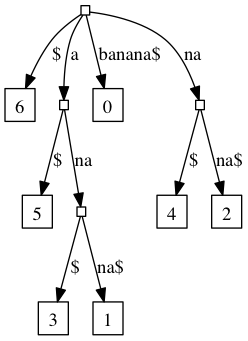
The Graphviz diagram graph.png in bgwines/suffix-tree, before a commit. Its source is kept beside it as graph.dot.
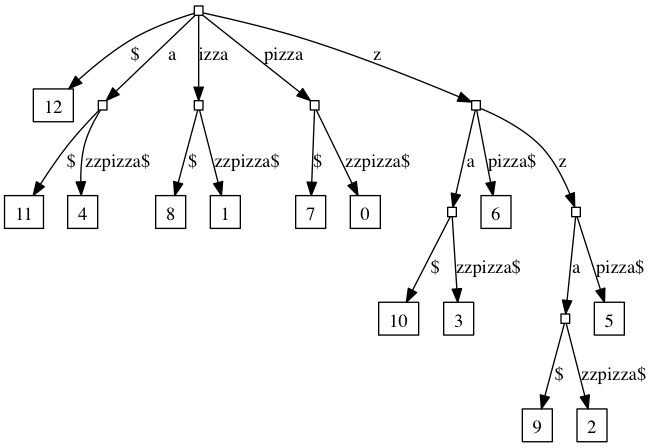
After the commit.

Diff of the diagram source:
```diff
@@ -5,24 +5,44 @@
          ,width=0.1
          ,height=0.1];
     0 [label=""];
-    1 [label=6];
+    1 [label=12];
     2 [label=""];
-    3 [label=5];
-    4 [label=""];
-    5 [label=3];
-    6 [label=1];
-    7 [label=0];
+    3 [label=11];
+    4 [label=4];
+    5 [label=""];
+    6 [label=8];
+    7 [label=1];
     8 [label=""];
-    9 [label=4];
-    10 [label=2];
-    0 -> 8 [label=na];
+    9 [label=7];
+    10 [label=0];
+    11 [label=""];
+    12 [label=""];
+    13 [label=10];
+    14 [label=3];
+    15 [label=6];
+    16 [label=""];
+    17 [label=""];
+    18 [label=9];
+    19 [label=2];
+    20 [label=5];
+    0 -> 11 [label=z];
+    0 -> 8 [label=pizza];
+    0 -> 5 [label=izza];
     0 -> 2 [label=a];
-    0 -> 7 [label="banana$"];
     0 -> 1 [label="$"];
-    2 -> 4 [label=na];
+    2 -> 4 [label="zzpizza$"];
     2 -> 3 [label="$"];
-    4 -> 6 [label="na$"];
-    4 -> 5 [label="$"];
-    8 -> 10 [label="na$"];
+    5 -> 7 [label="zzpizza$"];
+    5 -> 6 [label="$"];
+    8 -> 10 [label="zzpizza$"];
     8 -> 9 [label="$"];
+    11 -> 16 [label=z];
+    11 -> 12 [label=a];
+    11 -> 15 [label="pizza$"];
+    12 -> 14 [label="zzpizza$"];
+    12 -> 13 [label="$"];
+    16 -> 17 [label=a];
+    16 -> 20 [label="pizza$"];
+    17 -> 19 [label="zzpizza$"];
+    17 -> 18 [label="$"];
 }
```
